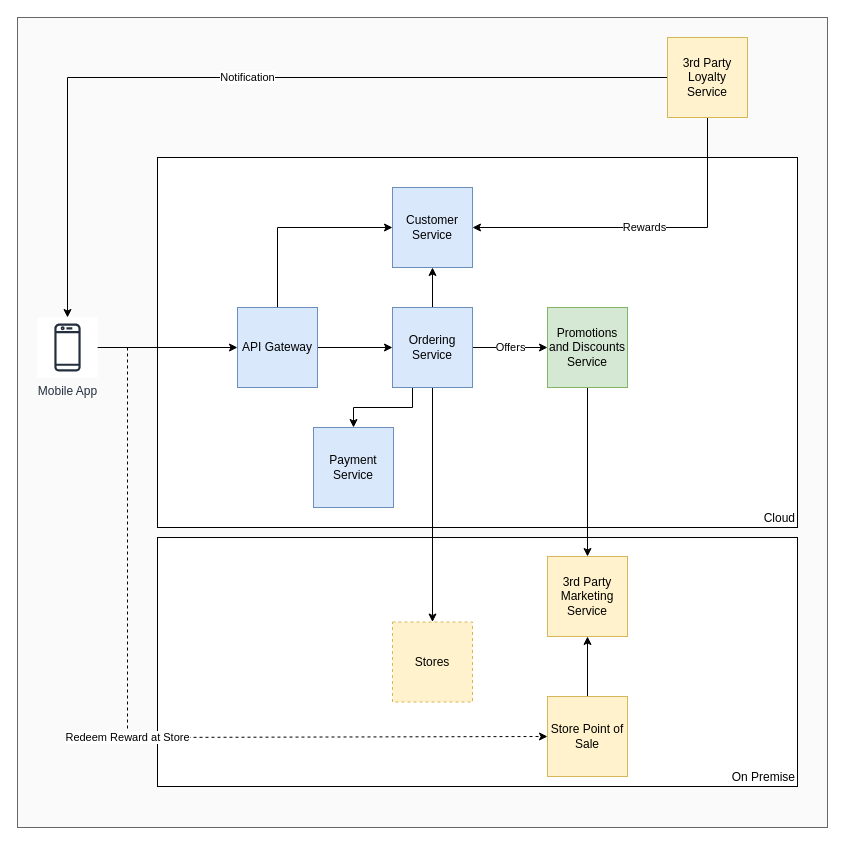
Above: Discounts.drawio in ApurvProjects/Diagrams (draw.io), before the change. Source tidied: cells renumbered, new cells numbered last; positions are measured from the earlier drawing's top-left corner, leaving out a move shared by most shapes. Both pictures are drawn from the tidied source at 100%, with x=0, y=0 at pixel (17, 17).
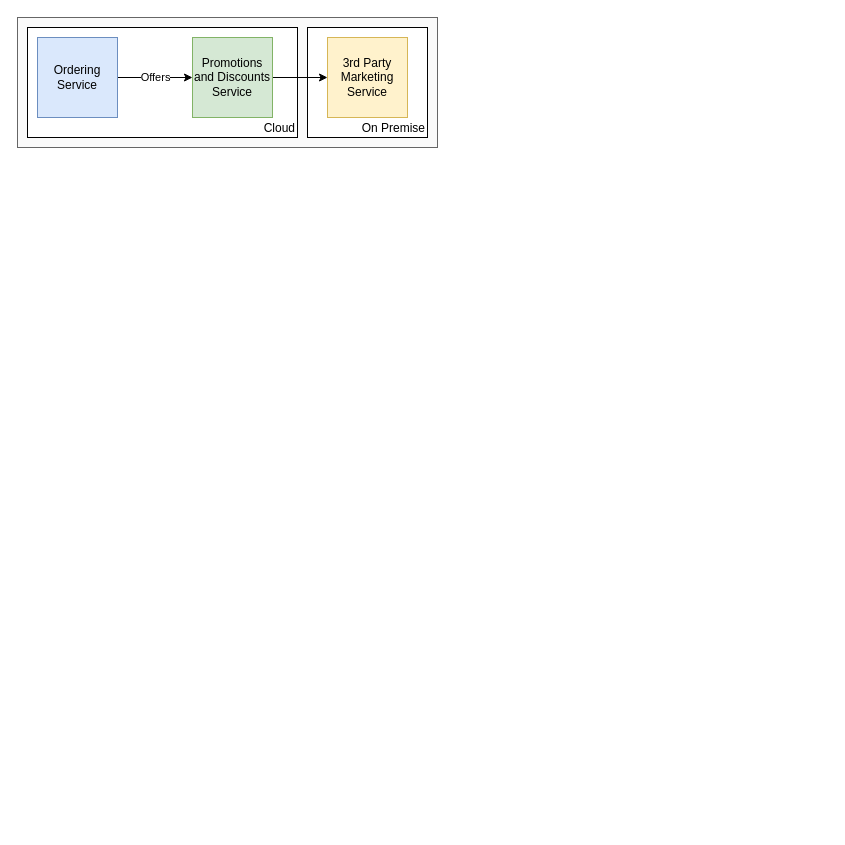
The same diagram, later.

Change to the diagram source:
```diff
@@
-    <mxCell id="2" style="whiteSpace=wrap;html=1;fillColor=#f5f5f5;strokeColor=#666666;fontColor=#333333;fillOpacity=50;" parent="1" vertex="1">
-      <mxGeometry width="810" height="810" as="geometry" />
-    </mxCell>
+    <mxCell id="27" style="rounded=0;whiteSpace=wrap;html=1;fillColor=#f5f5f5;fontColor=#333333;strokeColor=#666666;fillOpacity=50;" parent="1" vertex="1">
+      <mxGeometry width="420" height="130" as="geometry" />
+    </mxCell>
     <mxCell id="3" value="On Premise" style="rounded=0;whiteSpace=wrap;html=1;verticalAlign=bottom;align=right;" parent="1" vertex="1">
-      <mxGeometry x="140" y="520" width="640" height="249" as="geometry" />
+      <mxGeometry x="290" y="10" width="120" height="110" as="geometry" />
     </mxCell>
     <mxCell id="4" value="Cloud" style="rounded=0;whiteSpace=wrap;html=1;align=right;verticalAlign=bottom;" parent="1" vertex="1">
-      <mxGeometry x="140" y="140" width="640" height="370" as="geometry" />
+      <mxGeometry x="10" y="10" width="270" height="110" as="geometry" />
     </mxCell>
-    <mxCell id="5" style="edgeStyle=orthogonalEdgeStyle;rounded=0;jettySize=auto;html=1;" parent="1" edge="1" source="7" target="10">
-      <mxGeometry relative="1" as="geometry" />
-    </mxCell>
-    <mxCell id="6" value="Redeem Reward at Store" style="edgeStyle=orthogonalEdgeStyle;rounded=0;jettySize=auto;html=1;entryX=0;entryY=0.5;entryDx=0;entryDy=0;dashed=1;" parent="1" edge="1" source="7" target="25">
-      <mxGeometry relative="1" as="geometry">
-        <Array as="points">
-          <mxPoint x="110" y="330" />
-          <mxPoint x="110" y="720" />
-        </Array>
-      </mxGeometry>
-    </mxCell>
-    <mxCell id="7" value="Mobile App" style="sketch=0;outlineConnect=0;fontColor=#232F3E;gradientColor=none;strokeColor=#232F3E;fillColor=#ffffff;dashed=0;verticalLabelPosition=bottom;verticalAlign=top;align=center;html=1;fontSize=12;fontStyle=0;shape=mxgraph.aws4.resourceIcon;resIcon=mxgraph.aws4.mobile_client;" parent="1" vertex="1">
-      <mxGeometry x="20" y="300" width="60" height="60" as="geometry" />
-    </mxCell>
-    <mxCell id="8" style="edgeStyle=orthogonalEdgeStyle;rounded=0;jettySize=auto;html=1;exitX=0.5;exitY=0;exitDx=0;exitDy=0;entryX=0;entryY=0.5;entryDx=0;entryDy=0;" parent="1" edge="1" source="10" target="19">
-      <mxGeometry relative="1" as="geometry" />
-    </mxCell>
-    <mxCell id="9" style="edgeStyle=orthogonalEdgeStyle;rounded=0;jettySize=auto;html=1;exitX=1;exitY=0.5;exitDx=0;exitDy=0;entryX=0;entryY=0.5;entryDx=0;entryDy=0;" parent="1" edge="1" source="10" target="15">
-      <mxGeometry relative="1" as="geometry" />
-    </mxCell>
-    <mxCell id="10" value="API Gateway" style="whiteSpace=wrap;html=1;fillColor=#dae8fc;strokeColor=#6c8ebf;" parent="1" vertex="1">
-      <mxGeometry x="220" y="290" width="80" height="80" as="geometry" />
-    </mxCell>
-    <mxCell id="11" style="edgeStyle=orthogonalEdgeStyle;rounded=0;jettySize=auto;html=1;exitX=0.5;exitY=1;exitDx=0;exitDy=0;entryX=0.5;entryY=0;entryDx=0;entryDy=0;" parent="1" edge="1" source="15" target="23">
-      <mxGeometry relative="1" as="geometry" />
-    </mxCell>
@@
-    <mxCell id="13" style="edgeStyle=orthogonalEdgeStyle;rounded=0;jettySize=auto;html=1;exitX=0.5;exitY=0;exitDx=0;exitDy=0;entryX=0.5;entryY=1;entryDx=0;entryDy=0;" parent="1" edge="1" source="15" target="19">
-      <mxGeometry relative="1" as="geometry" />
-    </mxCell>
-    <mxCell id="14" style="edgeStyle=orthogonalEdgeStyle;rounded=0;jettySize=auto;html=1;exitX=0.25;exitY=1;exitDx=0;exitDy=0;entryX=0.5;entryY=0;entryDx=0;entryDy=0;" parent="1" edge="1" source="15" target="26">
-      <mxGeometry relative="1" as="geometry" />
-    </mxCell>
     <mxCell id="15" value="Ordering Service" style="whiteSpace=wrap;html=1;fillColor=#dae8fc;strokeColor=#6c8ebf;" parent="1" vertex="1">
-      <mxGeometry x="375" y="290" width="80" height="80" as="geometry" />
+      <mxGeometry x="20" y="20" width="80" height="80" as="geometry" />
     </mxCell>
-    <mxCell id="16" style="edgeStyle=orthogonalEdgeStyle;rounded=0;jettySize=auto;html=1;exitX=0.5;exitY=1;exitDx=0;exitDy=0;entryX=0.5;entryY=0;entryDx=0;entryDy=0;" parent="1" edge="1" source="17" target="18">
+    <mxCell id="16" style="edgeStyle=orthogonalEdgeStyle;rounded=0;jettySize=auto;html=1;exitX=1;exitY=0.5;exitDx=0;exitDy=0;entryX=0;entryY=0.5;entryDx=0;entryDy=0;" parent="1" edge="1" source="17" target="18">
       <mxGeometry relative="1" as="geometry" />
     </mxCell>
     <mxCell id="17" value="Promotions and Discounts Service" style="whiteSpace=wrap;html=1;fillColor=#d5e8d4;strokeColor=#82b366;" parent="1" vertex="1">
-      <mxGeometry x="530" y="290" width="80" height="80" as="geometry" />
+      <mxGeometry x="175" y="20" width="80" height="80" as="geometry" />
     </mxCell>
     <mxCell id="18" value="3rd Party Marketing Service" style="whiteSpace=wrap;html=1;fillColor=#fff2cc;strokeColor=#d6b656;" parent="1" vertex="1">
-      <mxGeometry x="530" y="539" width="80" height="80" as="geometry" />
+      <mxGeometry x="310" y="20" width="80" height="80" as="geometry" />
     </mxCell>
-    <mxCell id="19" value="Customer Service" style="whiteSpace=wrap;html=1;fillColor=#dae8fc;strokeColor=#6c8ebf;" parent="1" vertex="1">
-      <mxGeometry x="375" y="170" width="80" height="80" as="geometry" />
-    </mxCell>
-    <mxCell id="20" value="Notification" style="edgeStyle=orthogonalEdgeStyle;rounded=0;jettySize=auto;html=1;exitX=0;exitY=0.5;exitDx=0;exitDy=0;" parent="1" edge="1" source="22" target="7">
-      <mxGeometry relative="1" as="geometry" />
-    </mxCell>
-    <mxCell id="21" value="Rewards" style="edgeStyle=orthogonalEdgeStyle;rounded=0;jettySize=auto;html=1;exitX=0.5;exitY=1;exitDx=0;exitDy=0;entryX=1;entryY=0.5;entryDx=0;entryDy=0;" parent="1" edge="1" source="22" target="19">
-      <mxGeometry relative="1" as="geometry" />
-    </mxCell>
-    <mxCell id="22" value="3rd Party Loyalty Service" style="whiteSpace=wrap;html=1;fillColor=#fff2cc;strokeColor=#d6b656;" parent="1" vertex="1">
-      <mxGeometry x="650" y="20" width="80" height="80" as="geometry" />
-    </mxCell>
-    <mxCell id="23" value="Stores" style="whiteSpace=wrap;html=1;dashed=1;fillColor=#fff2cc;strokeColor=#d6b656;" parent="1" vertex="1">
-      <mxGeometry x="375" y="604.5" width="80" height="80" as="geometry" />
-    </mxCell>
-    <mxCell id="24" style="edgeStyle=orthogonalEdgeStyle;rounded=0;jettySize=auto;html=1;exitX=0.5;exitY=0;exitDx=0;exitDy=0;entryX=0.5;entryY=1;entryDx=0;entryDy=0;" parent="1" edge="1" source="25" target="18">
-      <mxGeometry relative="1" as="geometry" />
-    </mxCell>
-    <mxCell id="25" value="Store Point of Sale" style="whiteSpace=wrap;html=1;fillColor=#fff2cc;strokeColor=#d6b656;" parent="1" vertex="1">
-      <mxGeometry x="530" y="679" width="80" height="80" as="geometry" />
-    </mxCell>
-    <mxCell id="26" value="Payment Service" style="whiteSpace=wrap;html=1;fillColor=#dae8fc;strokeColor=#6c8ebf;" parent="1" vertex="1">
-      <mxGeometry x="296" y="410" width="80" height="80" as="geometry" />
-    </mxCell>
```
